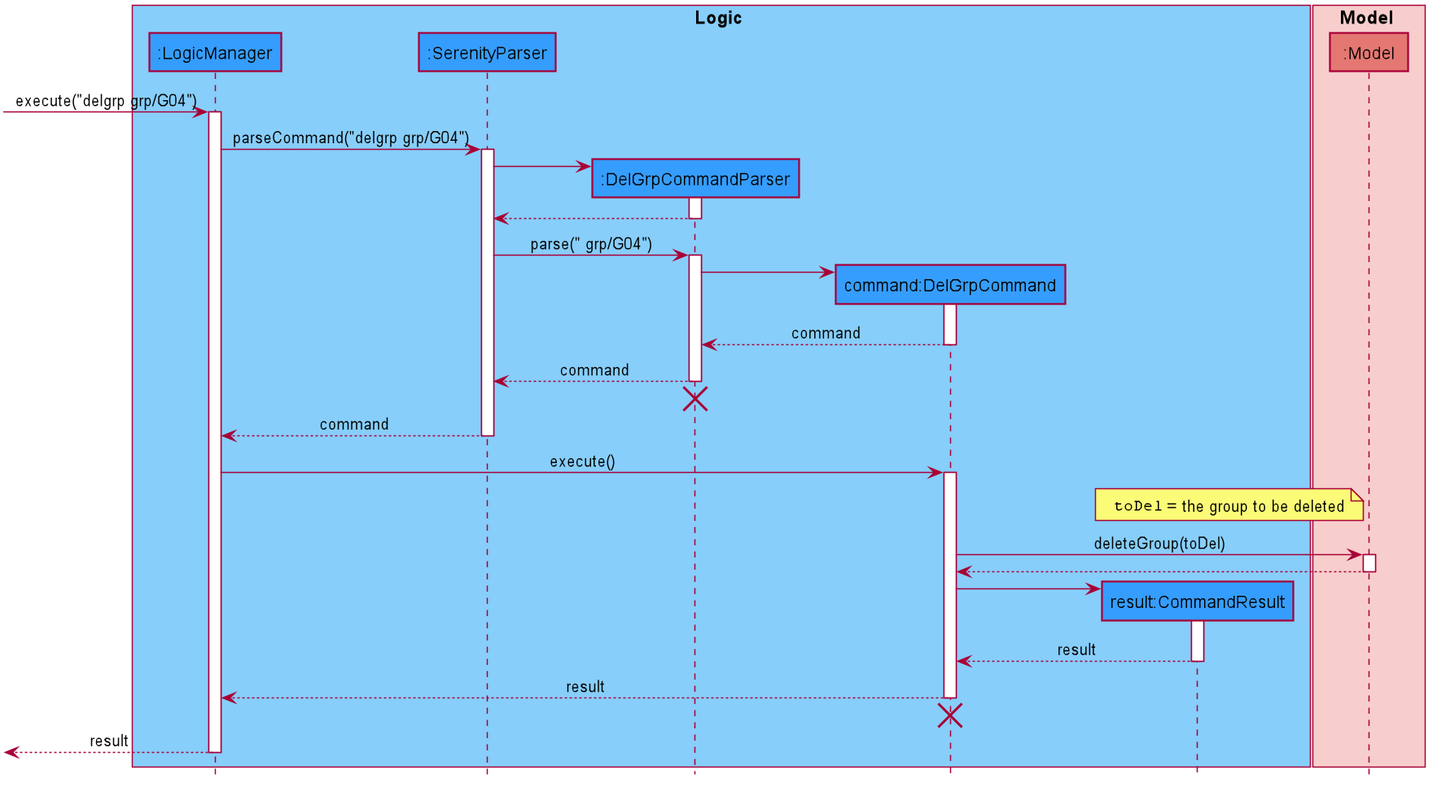
Earlier version of the PlantUML export docs/images/developerGuide/DeleteSequenceDiagram.png (xinyee20/tp).
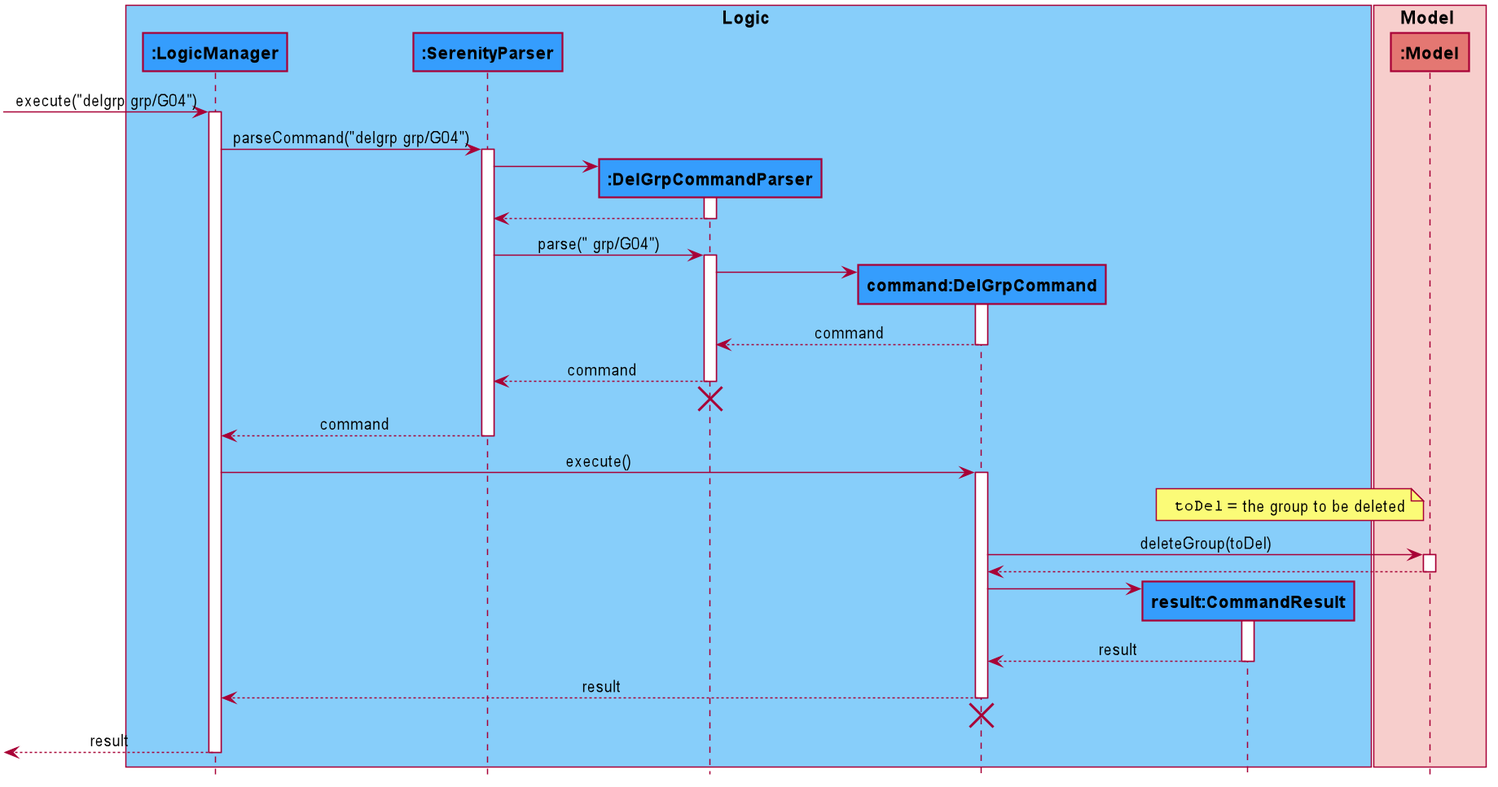
Later version of the same file.

Commit message:
Bold words of DeleteSequenceDiagram

Diff of the diagram source:
```diff
@@ -55,15 +55,15 @@
 hide circle
 
 box Logic #87CEFA
-participant ":LogicManager" as LogicManager #359DFD
-participant ":SerenityParser" as SerenityParser #359DFD
-participant ":DelGrpCommandParser" as DelGrpCommandParser #359DFD
-participant "command:DelGrpCommand" as DelGrpCommand #359DFD
-participant "result:CommandResult" as CommandResult #359DFD
+participant "**:LogicManager**" as LogicManager #359DFD
+participant "**:SerenityParser**" as SerenityParser #359DFD
+participant "**:DelGrpCommandParser**" as DelGrpCommandParser #359DFD
+participant "**command:DelGrpCommand**" as DelGrpCommand #359DFD
+participant "**result:CommandResult**" as CommandResult #359DFD
 end box
 
 box Model #F7CECC
-participant ":Model" as Model #E47772
+participant "**:Model**" as Model #E47772
 end box
 
 [-> LogicManager : execute("delgrp grp/G04")
```
